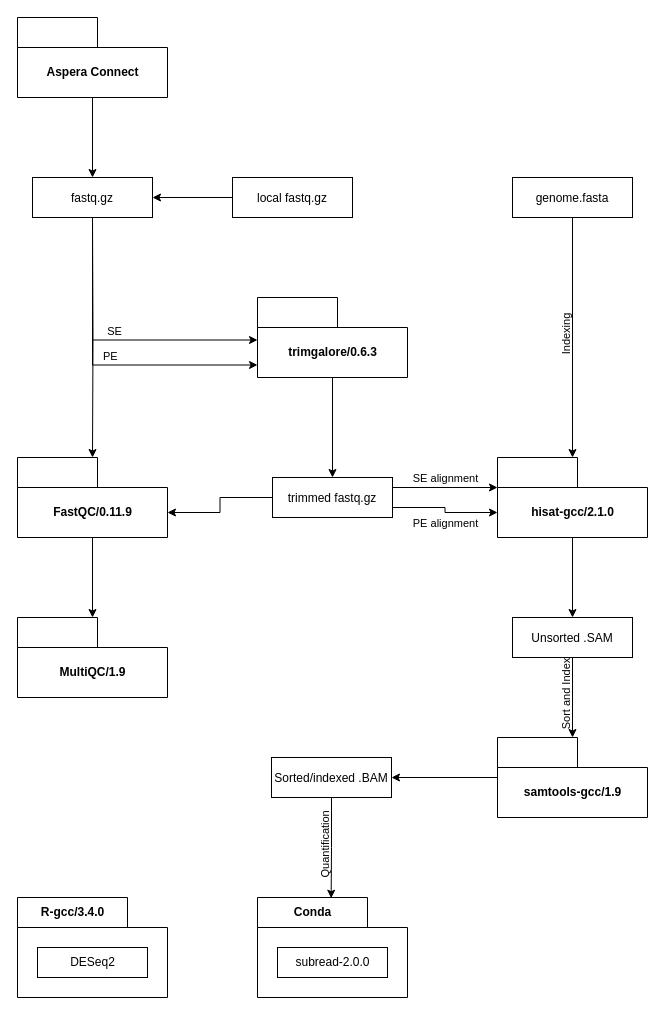
Lewsey-Lab/lims-rnaseq keeps this draw.io diagram as pipeline.drawio. Above is the earlier version. Source tidied: cells renumbered, new cells numbered last; positions are measured from the earlier drawing's top-left corner, leaving out a move shared by most shapes. Both pictures are drawn from the tidied source at 100%, with x=0, y=0 at pixel (17, 17).
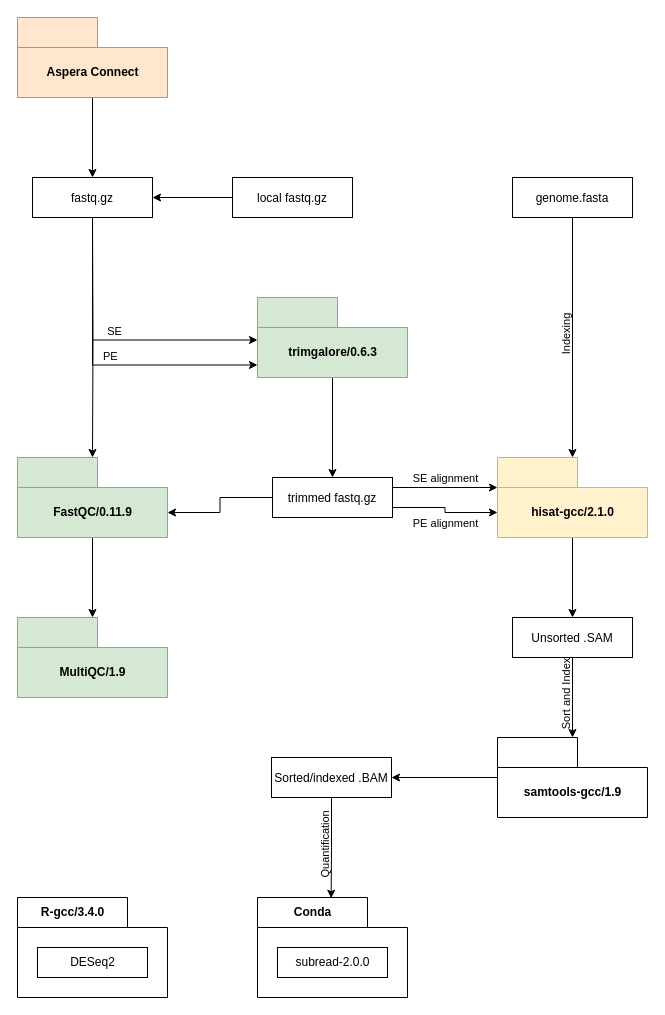
Above is the later version.

Commit message (it also covers changes not shown here):
Added pipeline diagram

Unchanged cells that the change refers to:
```xml
<mxCell id="22" value="genome.fasta" style="fontStyle=0;" parent="1" vertex="1">
  <mxGeometry x="495" y="160" width="120" height="40" as="geometry" />
</mxCell>
```

What changed in the source:
```diff
@@
-    <mxCell id="3" value="Aspera Connect" style="shape=folder;fontStyle=1;tabWidth=80;tabHeight=30;tabPosition=left;html=1;boundedLbl=1;" parent="1" vertex="1">
+    <mxCell id="3" value="Aspera Connect" style="shape=folder;fontStyle=1;tabWidth=80;tabHeight=30;tabPosition=left;html=1;boundedLbl=1;fillColor=#ffe6cc;strokeColor=#d79b00;" parent="1" vertex="1">
       <mxGeometry width="150" height="80" as="geometry" />
     </mxCell>
@@
-    <mxCell id="5" value="FastQC/0.11.9" style="shape=folder;fontStyle=1;tabWidth=80;tabHeight=30;tabPosition=left;html=1;boundedLbl=1;" parent="1" vertex="1">
+    <mxCell id="5" value="FastQC/0.11.9" style="shape=folder;fontStyle=1;tabWidth=80;tabHeight=30;tabPosition=left;html=1;boundedLbl=1;fillColor=#d5e8d4;strokeColor=#82b366;" parent="1" vertex="1">
       <mxGeometry y="440" width="150" height="80" as="geometry" />
     </mxCell>
-    <mxCell id="6" value="MultiQC/1.9" style="shape=folder;fontStyle=1;tabWidth=80;tabHeight=30;tabPosition=left;html=1;boundedLbl=1;" parent="1" vertex="1">
+    <mxCell id="6" value="MultiQC/1.9" style="shape=folder;fontStyle=1;tabWidth=80;tabHeight=30;tabPosition=left;html=1;boundedLbl=1;fillColor=#d5e8d4;strokeColor=#82b366;" parent="1" vertex="1">
       <mxGeometry y="600" width="150" height="80" as="geometry" />
     </mxCell>
@@
-    <mxCell id="9" value="trimgalore/0.6.3" style="shape=folder;fontStyle=1;tabWidth=80;tabHeight=30;tabPosition=left;html=1;boundedLbl=1;fontSize=12;flipV=0;" parent="1" vertex="1">
+    <mxCell id="9" value="trimgalore/0.6.3" style="shape=folder;fontStyle=1;tabWidth=80;tabHeight=30;tabPosition=left;html=1;boundedLbl=1;fontSize=12;flipV=0;fillColor=#d5e8d4;strokeColor=#82b366;" parent="1" vertex="1">
       <mxGeometry x="240" y="280" width="150" height="80" as="geometry" />
     </mxCell>
@@
-    <mxCell id="11" value="hisat-gcc/2.1.0" style="shape=folder;fontStyle=1;tabWidth=80;tabHeight=30;tabPosition=left;html=1;boundedLbl=1;fontSize=12;" parent="1" vertex="1">
+    <mxCell id="11" value="hisat-gcc/2.1.0" style="shape=folder;fontStyle=1;tabWidth=80;tabHeight=30;tabPosition=left;html=1;boundedLbl=1;fontSize=12;fillColor=#fff2cc;strokeColor=#d6b656;" parent="1" vertex="1">
       <mxGeometry x="480" y="440" width="150" height="80" as="geometry" />
     </mxCell>
@@
-    <mxCell id="21" value="Indexing" style="edgeStyle=orthogonalEdgeStyle;rounded=0;jettySize=auto;html=1;exitX=0.5;exitY=1;exitDx=0;exitDy=0;horizontal=0;labelBackgroundColor=none;verticalAlign=bottom;" parent="1" edge="1" source="22" target="11">
+    <mxCell id="21" value="Indexing" style="edgeStyle=orthogonalEdgeStyle;rounded=0;jettySize=auto;html=1;exitX=0.5;exitY=1;exitDx=0;exitDy=0;horizontal=0;labelBackgroundColor=none;verticalAlign=bottom;fillColor=#d5e8d4;" parent="1" edge="1" source="22" target="11">
       <mxGeometry relative="1" as="geometry" />
     </mxCell>
```
